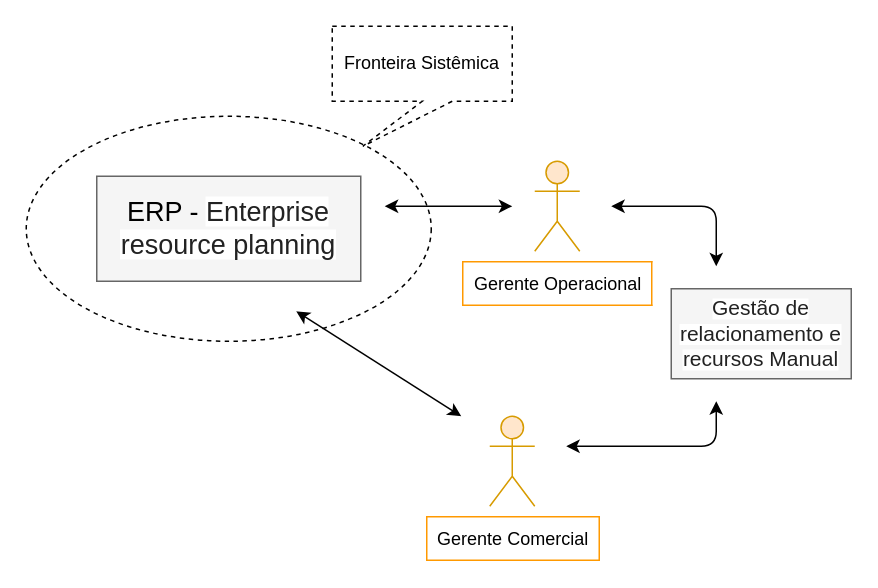
Igorltds/ads keeps this draw.io diagram as SoftwareEngineering/Fronteira Sistêmica v5.drawio. Above is the earlier version. Source tidied: cells renumbered, new cells numbered last; positions are measured from the earlier drawing's top-left corner, leaving out a move shared by most shapes. Both pictures are drawn from the tidied source at 150%, with x=0, y=0 at pixel (26, 26).
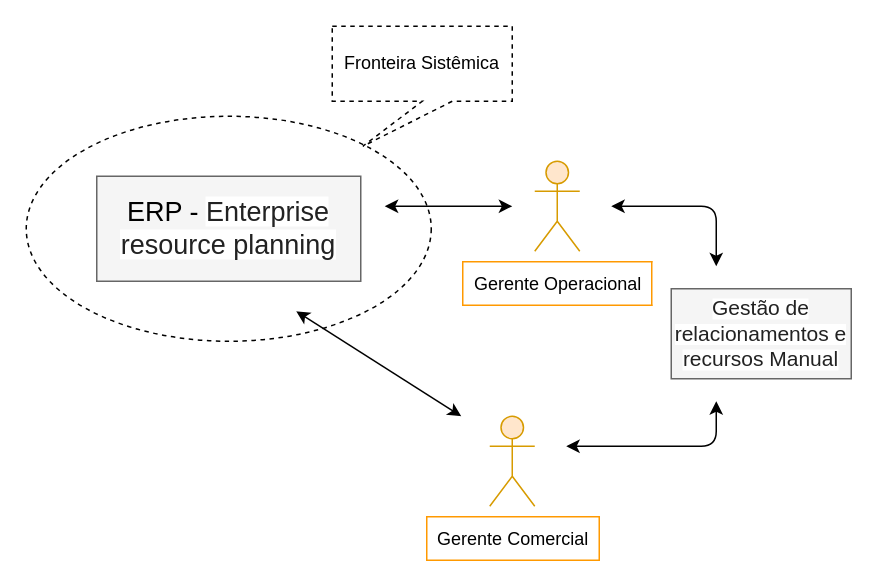
The same diagram, later.

Commit message:
correção de português

What changed in the source:
```diff
@@
 <mxGraphModel>
   <root>
     <mxCell id="0" />
     <mxCell id="1" parent="0" />
     <mxCell id="2" style="ellipse;whiteSpace=wrap;html=1;dashed=1;" parent="1" vertex="1">
       <mxGeometry y="60" width="270" height="150" as="geometry" />
     </mxCell>
     <mxCell id="3" value="&lt;font style=&quot;font-size: 18px&quot;&gt;&lt;font color=&quot;#000000&quot; face=&quot;helvetica&quot; style=&quot;font-size: 18px&quot;&gt;ERP -&amp;nbsp;&lt;/font&gt;&lt;span style=&quot;color: rgb(34 , 34 , 34) ; font-family: &amp;#34;google sans&amp;#34; , &amp;#34;arial&amp;#34; , sans-serif ; text-align: left ; background-color: rgb(255 , 255 , 255)&quot;&gt;Enterprise resource planning&lt;/span&gt;&lt;/font&gt;" style="rounded=0;whiteSpace=wrap;html=1;fillColor=#f5f5f5;strokeColor=#666666;fontColor=#333333;" parent="1" vertex="1">
       <mxGeometry x="47" y="100" width="176" height="70" as="geometry" />
     </mxCell>
     <mxCell id="4" value="&lt;span id=&quot;docs-internal-guid-01f24d8b-7fff-2e91-310c-5bba79cc8ed7&quot;&gt;&lt;span style=&quot;font-family: &amp;#34;arial&amp;#34; ; background-color: transparent ; vertical-align: baseline&quot;&gt;&lt;span id=&quot;docs-internal-guid-97d206a0-7fff-72b2-f705-602895639316&quot;&gt;&lt;div dir=&quot;ltr&quot; style=&quot;margin-left: 0pt&quot; align=&quot;left&quot;&gt;&lt;table style=&quot;background-color: transparent ; border: none ; border-collapse: collapse&quot;&gt;&lt;colgroup&gt;&lt;col width=&quot;187&quot;&gt;&lt;col width=&quot;453&quot;&gt;&lt;/colgroup&gt;&lt;tbody&gt;&lt;tr style=&quot;height: 0pt&quot;&gt;&lt;td style=&quot;border-left: solid #ff9900 1pt ; border-right: solid #ff9900 1pt ; border-bottom: solid #ff9900 1pt ; border-top: solid #ff9900 1pt ; vertical-align: top ; padding: 5pt 5pt 5pt 5pt ; overflow: hidden ; overflow-wrap: break-word&quot;&gt;&lt;span style=&quot;text-align: justify&quot;&gt;Gerente Operacional&lt;/span&gt;&lt;/td&gt;&lt;/tr&gt;&lt;/tbody&gt;&lt;/table&gt;&lt;/div&gt;&lt;/span&gt;&lt;/span&gt;&lt;/span&gt;" style="shape=umlActor;verticalLabelPosition=bottom;verticalAlign=top;html=1;fillColor=#ffe6cc;strokeColor=#d79b00;" parent="1" vertex="1">
       <mxGeometry x="339" y="90" width="30" height="60" as="geometry" />
     </mxCell>
     <mxCell id="5" style="endArrow=classic;startArrow=classic;html=1;" parent="1" edge="1">
       <mxGeometry relative="1" as="geometry">
         <mxPoint x="239" y="120" as="sourcePoint" />
         <mxPoint x="324" y="120" as="targetPoint" />
       </mxGeometry>
     </mxCell>
     <mxCell id="6" style="endArrow=classic;startArrow=classic;html=1;" parent="1" edge="1">
       <mxGeometry relative="1" as="geometry">
         <mxPoint x="290" y="260" as="sourcePoint" />
         <mxPoint x="180" y="190" as="targetPoint" />
       </mxGeometry>
     </mxCell>
     <mxCell id="7" style="endArrow=classic;html=1;startArrow=classic;startFill=1;" parent="1" edge="1">
       <mxGeometry relative="1" as="geometry">
         <mxPoint x="390" y="120" as="sourcePoint" />
         <mxPoint x="460" y="160" as="targetPoint" />
         <Array as="points">
           <mxPoint x="460" y="120" />
         </Array>
       </mxGeometry>
     </mxCell>
-    <mxCell id="8" value="&lt;span style=&quot;color: rgb(34 , 34 , 34) ; font-family: &amp;#34;google sans&amp;#34; , &amp;#34;arial&amp;#34; , sans-serif ; text-align: left ; background-color: rgb(255 , 255 , 255)&quot;&gt;&lt;font style=&quot;font-size: 14px&quot;&gt;Gestão de relacionamento e recursos Manual&lt;br&gt;&lt;/font&gt;&lt;/span&gt;" style="rounded=0;whiteSpace=wrap;html=1;fillColor=#f5f5f5;strokeColor=#666666;fontColor=#333333;" parent="1" vertex="1">
+    <mxCell id="8" value="&lt;span style=&quot;color: rgb(34 , 34 , 34) ; font-family: &amp;#34;google sans&amp;#34; , &amp;#34;arial&amp;#34; , sans-serif ; text-align: left ; background-color: rgb(255 , 255 , 255)&quot;&gt;&lt;font style=&quot;font-size: 14px&quot;&gt;Gestão de relacionamentos e recursos Manual&lt;br&gt;&lt;/font&gt;&lt;/span&gt;" style="rounded=0;whiteSpace=wrap;html=1;fillColor=#f5f5f5;strokeColor=#666666;fontColor=#333333;" parent="1" vertex="1">
       <mxGeometry x="430" y="175" width="120" height="60" as="geometry" />
     </mxCell>
     <mxCell id="9" value="Fronteira Sistêmica" style="shape=callout;whiteSpace=wrap;html=1;perimeter=calloutPerimeter;position2=0.17;dashed=1;" parent="1" vertex="1">
       <mxGeometry x="204" width="120" height="80" as="geometry" />
     </mxCell>
     <mxCell id="10" value="&lt;span id=&quot;docs-internal-guid-01f24d8b-7fff-2e91-310c-5bba79cc8ed7&quot;&gt;&lt;span style=&quot;font-family: &amp;#34;arial&amp;#34; ; background-color: transparent ; vertical-align: baseline&quot;&gt;&lt;div dir=&quot;ltr&quot; style=&quot;margin-left: 0pt&quot; align=&quot;left&quot;&gt;&lt;table style=&quot;border: none ; border-collapse: collapse&quot;&gt;&lt;colgroup&gt;&lt;col width=&quot;187&quot;&gt;&lt;col width=&quot;453&quot;&gt;&lt;/colgroup&gt;&lt;tbody&gt;&lt;tr style=&quot;height: 0pt&quot;&gt;&lt;td style=&quot;border-left: solid #ff9900 1pt ; border-right: solid #ff9900 1pt ; border-bottom: solid #ff9900 1pt ; border-top: solid #ff9900 1pt ; vertical-align: top ; padding: 5pt 5pt 5pt 5pt ; overflow: hidden ; overflow-wrap: break-word&quot;&gt;&lt;span id=&quot;docs-internal-guid-cf75bcc0-7fff-0399-cd37-272892f8aaf6&quot;&gt;&lt;div dir=&quot;ltr&quot; style=&quot;margin-left: 0pt&quot; align=&quot;left&quot;&gt;&lt;span style=&quot;text-align: justify&quot;&gt;Gerente Comercial&lt;/span&gt;&lt;br&gt;&lt;/div&gt;&lt;/span&gt;&lt;/td&gt;&lt;/tr&gt;&lt;/tbody&gt;&lt;/table&gt;&lt;/div&gt;&lt;/span&gt;&lt;/span&gt;" style="shape=umlActor;verticalLabelPosition=bottom;verticalAlign=top;html=1;fillColor=#ffe6cc;strokeColor=#d79b00;direction=east;" parent="1" vertex="1">
       <mxGeometry x="309" y="260" width="30" height="60" as="geometry" />
     </mxCell>
     <mxCell id="11" style="endArrow=classic;html=1;startArrow=classic;startFill=1;" parent="1" edge="1">
       <mxGeometry relative="1" as="geometry">
         <mxPoint x="360" y="280" as="sourcePoint" />
         <mxPoint x="460" y="250" as="targetPoint" />
         <Array as="points">
           <mxPoint x="460" y="280" />
         </Array>
       </mxGeometry>
     </mxCell>
   </root>
 </mxGraphModel>
```
